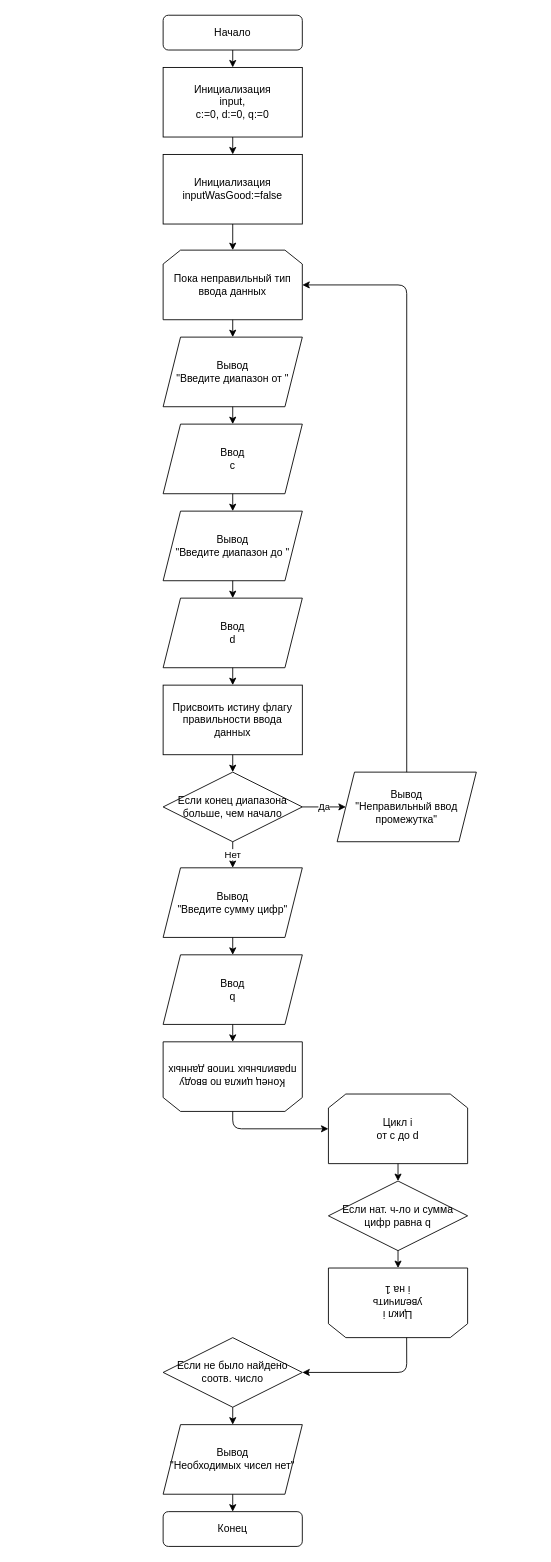
Earlier version of the draw.io diagram Untitled Diagram.drawio (Bagdasaryan/Bagdasaryan). Source tidied: cells renumbered, new cells numbered last; positions are measured from the earlier drawing's top-left corner, leaving out a move shared by most shapes. Both pictures are drawn from the tidied source at 87%, with x=0, y=0 at pixel (163, 15).
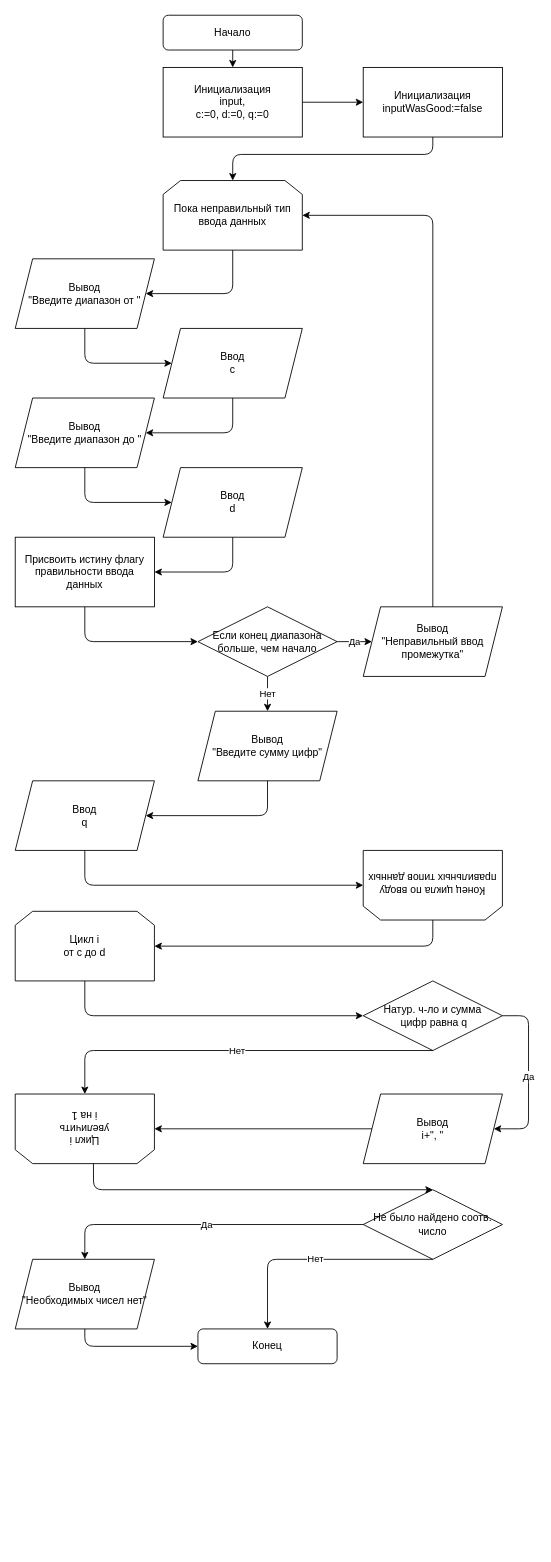
The same page after the edit.

Unchanged cells that the change refers to:
```xml
<mxCell id="4" value="Инициализация&lt;br&gt;input,&lt;br&gt;c:=0, d:=0, q:=0" style="rounded=0;whiteSpace=wrap;html=1;" parent="1" vertex="1">
  <mxGeometry y="60" width="160" height="80" as="geometry" />
</mxCell>
```

Diff of the diagram source:
```diff
@@
-    <mxCell id="5" style="endArrow=classic;html=1;exitX=0.5;exitY=1;exitDx=0;exitDy=0;entryX=0.5;entryY=0;entryDx=0;entryDy=0;" parent="1" edge="1" source="4" target="6">
+    <mxCell id="5" style="endArrow=classic;html=1;exitX=1;exitY=0.5;exitDx=0;exitDy=0;entryX=0;entryY=0.5;entryDx=0;entryDy=0;" parent="1" edge="1" source="4" target="6">
       <mxGeometry relative="1" as="geometry" />
     </mxCell>
     <mxCell id="6" value="Инициализация&lt;br&gt;inputWasGood:=false" style="rounded=0;whiteSpace=wrap;html=1;" parent="1" vertex="1">
-      <mxGeometry y="160" width="160" height="80" as="geometry" />
+      <mxGeometry x="230" y="60" width="160" height="80" as="geometry" />
     </mxCell>
     <mxCell id="7" value="Пока неправильный тип ввода данных" style="shape=loopLimit;whiteSpace=wrap;html=1;" parent="1" vertex="1">
-      <mxGeometry y="270" width="160" height="80" as="geometry" />
+      <mxGeometry y="190" width="160" height="80" as="geometry" />
     </mxCell>
     <mxCell id="8" style="endArrow=classic;html=1;exitX=0.5;exitY=1;exitDx=0;exitDy=0;entryX=0.5;entryY=0;entryDx=0;entryDy=0;" parent="1" edge="1" source="6" target="7">
-      <mxGeometry relative="1" as="geometry" />
+      <mxGeometry relative="1" as="geometry">
+        <Array as="points">
+          <mxPoint x="310" y="160" />
+          <mxPoint x="80" y="160" />
+        </Array>
+      </mxGeometry>
     </mxCell>
     <mxCell id="9" value="Вывод&lt;br&gt;&quot;Введите диапазон от &quot;" style="shape=parallelogram;perimeter=parallelogramPerimeter;whiteSpace=wrap;html=1;fixedSize=1;" parent="1" vertex="1">
-      <mxGeometry y="370" width="160" height="80" as="geometry" />
+      <mxGeometry x="-170" y="280" width="160" height="80" as="geometry" />
     </mxCell>
-    <mxCell id="10" style="endArrow=classic;html=1;exitX=0.5;exitY=1;exitDx=0;exitDy=0;entryX=0.5;entryY=0;entryDx=0;entryDy=0;" parent="1" edge="1" source="7" target="9">
-      <mxGeometry relative="1" as="geometry" />
+    <mxCell id="10" style="endArrow=classic;html=1;exitX=0.5;exitY=1;exitDx=0;exitDy=0;entryX=1;entryY=0.5;entryDx=0;entryDy=0;" parent="1" edge="1" source="7" target="9">
+      <mxGeometry relative="1" as="geometry">
+        <Array as="points">
+          <mxPoint x="80" y="320" />
+        </Array>
+      </mxGeometry>
     </mxCell>
     <mxCell id="11" value="Ввод&lt;br&gt;c" style="shape=parallelogram;perimeter=parallelogramPerimeter;whiteSpace=wrap;html=1;fixedSize=1;" parent="1" vertex="1">
-      <mxGeometry y="470" width="160" height="80" as="geometry" />
+      <mxGeometry y="360" width="160" height="80" as="geometry" />
     </mxCell>
-    <mxCell id="12" style="endArrow=classic;html=1;exitX=0.5;exitY=1;exitDx=0;exitDy=0;entryX=0.5;entryY=0;entryDx=0;entryDy=0;" parent="1" edge="1" source="9" target="11">
-      <mxGeometry relative="1" as="geometry" />
+    <mxCell id="12" style="endArrow=classic;html=1;exitX=0.5;exitY=1;exitDx=0;exitDy=0;entryX=0;entryY=0.5;entryDx=0;entryDy=0;" parent="1" edge="1" source="9" target="11">
+      <mxGeometry relative="1" as="geometry">
+        <Array as="points">
+          <mxPoint x="-90" y="400" />
+        </Array>
+      </mxGeometry>
     </mxCell>
     <mxCell id="13" value="Вывод&lt;br&gt;&quot;Введите диапазон до &quot;" style="shape=parallelogram;perimeter=parallelogramPerimeter;whiteSpace=wrap;html=1;fixedSize=1;" parent="1" vertex="1">
-      <mxGeometry y="570" width="160" height="80" as="geometry" />
+      <mxGeometry x="-170" y="440" width="160" height="80" as="geometry" />
     </mxCell>
-    <mxCell id="14" style="endArrow=classic;html=1;exitX=0.5;exitY=1;exitDx=0;exitDy=0;entryX=0.5;entryY=0;entryDx=0;entryDy=0;" parent="1" edge="1" source="11" target="13">
-      <mxGeometry relative="1" as="geometry" />
+    <mxCell id="14" style="endArrow=classic;html=1;exitX=0.5;exitY=1;exitDx=0;exitDy=0;entryX=1;entryY=0.5;entryDx=0;entryDy=0;" parent="1" edge="1" source="11" target="13">
+      <mxGeometry relative="1" as="geometry">
+        <Array as="points">
+          <mxPoint x="80" y="480" />
+        </Array>
+      </mxGeometry>
     </mxCell>
     <mxCell id="15" value="Ввод&lt;br&gt;d" style="shape=parallelogram;perimeter=parallelogramPerimeter;whiteSpace=wrap;html=1;fixedSize=1;" parent="1" vertex="1">
-      <mxGeometry y="670" width="160" height="80" as="geometry" />
+      <mxGeometry y="520" width="160" height="80" as="geometry" />
     </mxCell>
-    <mxCell id="16" style="endArrow=classic;html=1;entryX=0.5;entryY=0;entryDx=0;entryDy=0;exitX=0.5;exitY=1;exitDx=0;exitDy=0;" parent="1" edge="1" source="13" target="15">
-      <mxGeometry relative="1" as="geometry" />
+    <mxCell id="16" style="endArrow=classic;html=1;entryX=0;entryY=0.5;entryDx=0;entryDy=0;exitX=0.5;exitY=1;exitDx=0;exitDy=0;" parent="1" edge="1" source="13" target="15">
+      <mxGeometry relative="1" as="geometry">
+        <Array as="points">
+          <mxPoint x="-90" y="560" />
+        </Array>
+      </mxGeometry>
     </mxCell>
     <mxCell id="17" value="Присвоить истину флагу правильности ввода данных" style="rounded=0;whiteSpace=wrap;html=1;" parent="1" vertex="1">
-      <mxGeometry y="770" width="160" height="80" as="geometry" />
+      <mxGeometry x="-170" y="600" width="160" height="80" as="geometry" />
     </mxCell>
-    <mxCell id="18" style="endArrow=classic;html=1;exitX=0.5;exitY=1;exitDx=0;exitDy=0;entryX=0.5;entryY=0;entryDx=0;entryDy=0;" parent="1" edge="1" source="15" target="17">
-      <mxGeometry relative="1" as="geometry" />
+    <mxCell id="18" style="endArrow=classic;html=1;exitX=0.5;exitY=1;exitDx=0;exitDy=0;entryX=1;entryY=0.5;entryDx=0;entryDy=0;" parent="1" edge="1" source="15" target="17">
+      <mxGeometry relative="1" as="geometry">
+        <Array as="points">
+          <mxPoint x="80" y="640" />
+        </Array>
+      </mxGeometry>
     </mxCell>
     <mxCell id="19" value="Если конец диапазона больше, чем начало" style="rhombus;whiteSpace=wrap;html=1;" parent="1" vertex="1">
-      <mxGeometry y="870" width="160" height="80" as="geometry" />
+      <mxGeometry x="40" y="680" width="160" height="80" as="geometry" />
     </mxCell>
-    <mxCell id="20" style="endArrow=classic;html=1;exitX=0.5;exitY=1;exitDx=0;exitDy=0;entryX=0.5;entryY=0;entryDx=0;entryDy=0;" parent="1" edge="1" source="17" target="19">
-      <mxGeometry relative="1" as="geometry" />
+    <mxCell id="20" style="endArrow=classic;html=1;exitX=0.5;exitY=1;exitDx=0;exitDy=0;entryX=0;entryY=0.5;entryDx=0;entryDy=0;" parent="1" edge="1" source="17" target="19">
+      <mxGeometry relative="1" as="geometry">
+        <Array as="points">
+          <mxPoint x="-90" y="720" />
+        </Array>
+      </mxGeometry>
     </mxCell>
@@
     <mxCell id="22" value="Вывод&lt;br&gt;&quot;Неправильный ввод промежутка&quot;" style="shape=parallelogram;perimeter=parallelogramPerimeter;whiteSpace=wrap;html=1;fixedSize=1;" parent="1" vertex="1">
-      <mxGeometry x="200" y="870" width="160" height="80" as="geometry" />
+      <mxGeometry x="230" y="680" width="160" height="80" as="geometry" />
     </mxCell>
     <mxCell id="23" style="endArrow=classic;html=1;exitX=0.5;exitY=0;exitDx=0;exitDy=0;entryX=1;entryY=0.5;entryDx=0;entryDy=0;" parent="1" edge="1" source="22" target="7">
       <mxGeometry relative="1" as="geometry">
         <Array as="points">
-          <mxPoint x="280" y="310" />
+          <mxPoint x="310" y="230" />
         </Array>
       </mxGeometry>
     </mxCell>
@@
     <mxCell id="25" value="Вывод&lt;br&gt;&quot;Введите сумму цифр&quot;" style="shape=parallelogram;perimeter=parallelogramPerimeter;whiteSpace=wrap;html=1;fixedSize=1;" parent="1" vertex="1">
-      <mxGeometry y="980" width="160" height="80" as="geometry" />
+      <mxGeometry x="40" y="800" width="160" height="80" as="geometry" />
     </mxCell>
     <mxCell id="26" value="Ввод&lt;br&gt;q" style="shape=parallelogram;perimeter=parallelogramPerimeter;whiteSpace=wrap;html=1;fixedSize=1;" parent="1" vertex="1">
-      <mxGeometry y="1080" width="160" height="80" as="geometry" />
+      <mxGeometry x="-170" y="880" width="160" height="80" as="geometry" />
     </mxCell>
-    <mxCell id="27" style="endArrow=classic;html=1;exitX=0.5;exitY=1;exitDx=0;exitDy=0;entryX=0.5;entryY=0;entryDx=0;entryDy=0;" parent="1" edge="1" source="25" target="26">
-      <mxGeometry relative="1" as="geometry" />
+    <mxCell id="27" style="endArrow=classic;html=1;exitX=0.5;exitY=1;exitDx=0;exitDy=0;entryX=1;entryY=0.5;entryDx=0;entryDy=0;" parent="1" edge="1" source="25" target="26">
+      <mxGeometry relative="1" as="geometry">
+        <Array as="points">
+          <mxPoint x="120" y="920" />
+        </Array>
+      </mxGeometry>
     </mxCell>
     <mxCell id="28" value="Конец цикла по вводу правильных типов данных" style="shape=loopLimit;whiteSpace=wrap;html=1;rotation=-180;" parent="1" vertex="1">
-      <mxGeometry y="1180" width="160" height="80" as="geometry" />
+      <mxGeometry x="230" y="960" width="160" height="80" as="geometry" />
     </mxCell>
-    <mxCell id="29" style="endArrow=classic;html=1;exitX=0.5;exitY=1;exitDx=0;exitDy=0;entryX=0.5;entryY=1;entryDx=0;entryDy=0;" parent="1" edge="1" source="26" target="28">
-      <mxGeometry relative="1" as="geometry" />
+    <mxCell id="29" style="endArrow=classic;html=1;exitX=0.5;exitY=1;exitDx=0;exitDy=0;entryX=1;entryY=0.5;entryDx=0;entryDy=0;" parent="1" edge="1" source="26" target="28">
+      <mxGeometry relative="1" as="geometry">
+        <Array as="points">
+          <mxPoint x="-90" y="1000" />
+        </Array>
+      </mxGeometry>
     </mxCell>
-    <mxCell id="30" style="endArrow=classic;html=1;exitX=0.5;exitY=0;exitDx=0;exitDy=0;entryX=0;entryY=0.5;entryDx=0;entryDy=0;" parent="1" edge="1" source="28" target="31">
+    <mxCell id="30" style="endArrow=classic;html=1;exitX=0.5;exitY=0;exitDx=0;exitDy=0;entryX=1;entryY=0.5;entryDx=0;entryDy=0;" parent="1" edge="1" source="28" target="31">
       <mxGeometry relative="1" as="geometry">
         <Array as="points">
-          <mxPoint x="80" y="1280" />
+          <mxPoint x="310" y="1070" />
         </Array>
       </mxGeometry>
     </mxCell>
     <mxCell id="31" value="Цикл i&lt;br&gt;от c до d" style="shape=loopLimit;whiteSpace=wrap;html=1;" parent="1" vertex="1">
-      <mxGeometry x="190" y="1240" width="160" height="80" as="geometry" />
+      <mxGeometry x="-170" y="1030" width="160" height="80" as="geometry" />
     </mxCell>
-    <mxCell id="32" style="endArrow=classic;html=1;exitX=0.5;exitY=1;exitDx=0;exitDy=0;entryX=0.5;entryY=0;entryDx=0;entryDy=0;" parent="1" edge="1" source="31" target="33">
-      <mxGeometry relative="1" as="geometry" />
+    <mxCell id="32" style="endArrow=classic;html=1;exitX=0.5;exitY=1;exitDx=0;exitDy=0;entryX=0;entryY=0.5;entryDx=0;entryDy=0;" parent="1" edge="1" source="31" target="33">
+      <mxGeometry relative="1" as="geometry">
+        <Array as="points">
+          <mxPoint x="-90" y="1150" />
+        </Array>
+      </mxGeometry>
     </mxCell>
-    <mxCell id="33" value="Если нат. ч-ло и сумма цифр равна q" style="rhombus;whiteSpace=wrap;html=1;" parent="1" vertex="1">
-      <mxGeometry x="190" y="1340" width="160" height="80" as="geometry" />
+    <mxCell id="33" value="Натур. ч-ло и сумма&lt;br&gt;&amp;nbsp;цифр равна q" style="rhombus;whiteSpace=wrap;html=1;" parent="1" vertex="1">
+      <mxGeometry x="230" y="1110" width="160" height="80" as="geometry" />
     </mxCell>
-    <mxCell id="34" style="endArrow=classic;html=1;exitX=0.5;exitY=1;exitDx=0;exitDy=0;entryX=0.5;entryY=1;entryDx=0;entryDy=0;" parent="1" edge="1" source="33" target="35">
-      <mxGeometry relative="1" as="geometry" />
+    <mxCell id="34" value="Да" style="endArrow=classic;html=1;exitX=1;exitY=0.5;exitDx=0;exitDy=0;entryX=1;entryY=0.5;entryDx=0;entryDy=0;" parent="1" edge="1" source="33" target="42">
+      <mxGeometry relative="1" as="geometry">
+        <Array as="points">
+          <mxPoint x="420" y="1150" />
+          <mxPoint x="420" y="1280" />
+        </Array>
+      </mxGeometry>
     </mxCell>
     <mxCell id="35" value="Цикл i&lt;br&gt;увеличить &lt;br&gt;i на 1" style="shape=loopLimit;whiteSpace=wrap;html=1;rotation=-180;" parent="1" vertex="1">
-      <mxGeometry x="190" y="1440" width="160" height="80" as="geometry" />
+      <mxGeometry x="-170" y="1240" width="160" height="80" as="geometry" />
     </mxCell>
-    <mxCell id="36" value="Если не было найдено соотв. число" style="rhombus;whiteSpace=wrap;html=1;" parent="1" vertex="1">
-      <mxGeometry y="1520" width="160" height="80" as="geometry" />
+    <mxCell id="36" value="Не было найдено соотв. число" style="rhombus;whiteSpace=wrap;html=1;" parent="1" vertex="1">
+      <mxGeometry x="230" y="1350" width="160" height="80" as="geometry" />
     </mxCell>
-    <mxCell id="37" style="endArrow=classic;html=1;exitX=0.438;exitY=0;exitDx=0;exitDy=0;exitPerimeter=0;entryX=1;entryY=0.5;entryDx=0;entryDy=0;" parent="1" edge="1" source="35" target="36">
+    <mxCell id="37" style="endArrow=classic;html=1;exitX=0.438;exitY=0;exitDx=0;exitDy=0;exitPerimeter=0;entryX=0.5;entryY=0;entryDx=0;entryDy=0;" parent="1" edge="1" source="35" target="36">
       <mxGeometry relative="1" as="geometry">
         <Array as="points">
-          <mxPoint x="280" y="1560" />
+          <mxPoint x="-80" y="1350" />
         </Array>
       </mxGeometry>
     </mxCell>
     <mxCell id="38" value="Вывод&lt;br&gt;&quot;Необходимых чисел нет&quot;" style="shape=parallelogram;perimeter=parallelogramPerimeter;whiteSpace=wrap;html=1;fixedSize=1;" parent="1" vertex="1">
-      <mxGeometry y="1620" width="160" height="80" as="geometry" />
+      <mxGeometry x="-170" y="1430" width="160" height="80" as="geometry" />
     </mxCell>
-    <mxCell id="39" style="endArrow=classic;html=1;exitX=0.5;exitY=1;exitDx=0;exitDy=0;entryX=0.5;entryY=0;entryDx=0;entryDy=0;" parent="1" edge="1" source="36" target="38">
-      <mxGeometry relative="1" as="geometry" />
+    <mxCell id="39" value="Да" style="endArrow=classic;html=1;exitX=0;exitY=0.5;exitDx=0;exitDy=0;entryX=0.5;entryY=0;entryDx=0;entryDy=0;" parent="1" edge="1" source="36" target="38">
+      <mxGeometry relative="1" as="geometry">
+        <Array as="points">
+          <mxPoint x="-90" y="1390" />
+        </Array>
+      </mxGeometry>
     </mxCell>
     <mxCell id="40" value="Конец" style="rounded=1;whiteSpace=wrap;html=1;" parent="1" vertex="1">
-      <mxGeometry y="1720" width="160" height="40" as="geometry" />
+      <mxGeometry x="40" y="1510" width="160" height="40" as="geometry" />
     </mxCell>
-    <mxCell id="41" style="endArrow=classic;html=1;exitX=0.5;exitY=1;exitDx=0;exitDy=0;entryX=0.5;entryY=0;entryDx=0;entryDy=0;" parent="1" edge="1" source="38" target="40">
-      <mxGeometry relative="1" as="geometry" />
+    <mxCell id="41" style="endArrow=classic;html=1;exitX=0.5;exitY=1;exitDx=0;exitDy=0;entryX=0;entryY=0.5;entryDx=0;entryDy=0;" parent="1" edge="1" source="38" target="40">
+      <mxGeometry relative="1" as="geometry">
+        <Array as="points">
+          <mxPoint x="-90" y="1530" />
+        </Array>
+      </mxGeometry>
     </mxCell>
+    <mxCell id="42" value="Вывод&lt;br&gt;i+&quot;, &quot;" style="shape=parallelogram;perimeter=parallelogramPerimeter;whiteSpace=wrap;html=1;fixedSize=1;" parent="1" vertex="1">
+      <mxGeometry x="230" y="1240" width="160" height="80" as="geometry" />
+    </mxCell>
+    <mxCell id="43" value="Нет" style="endArrow=classic;html=1;exitX=0.5;exitY=1;exitDx=0;exitDy=0;entryX=0.5;entryY=1;entryDx=0;entryDy=0;" parent="1" edge="1" source="33" target="35">
+      <mxGeometry relative="1" as="geometry">
+        <Array as="points">
+          <mxPoint x="-90" y="1190" />
+        </Array>
+      </mxGeometry>
+    </mxCell>
+    <mxCell id="44" style="endArrow=classic;html=1;exitX=0;exitY=0.5;exitDx=0;exitDy=0;entryX=0;entryY=0.5;entryDx=0;entryDy=0;" parent="1" edge="1" source="42" target="35">
+      <mxGeometry relative="1" as="geometry" />
+    </mxCell>
+    <mxCell id="45" value="Нет" style="endArrow=classic;html=1;exitX=0.5;exitY=1;exitDx=0;exitDy=0;entryX=0.5;entryY=0;entryDx=0;entryDy=0;" parent="1" edge="1" source="36" target="40">
+      <mxGeometry relative="1" as="geometry">
+        <Array as="points">
+          <mxPoint x="120" y="1430" />
+        </Array>
+      </mxGeometry>
+    </mxCell>
```
